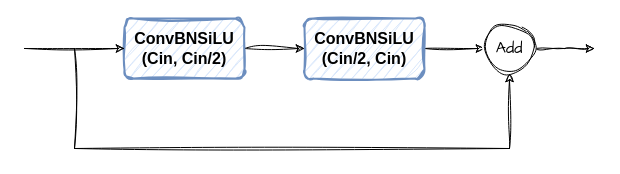
Above: page "BottleNeck" (3 of 6) of figs.drawio in 225ceV/tiny (draw.io), before the change. Source tidied: cells renumbered, new cells numbered last; positions are measured from the earlier drawing's top-left corner, leaving out a move shared by most shapes. Both pictures are drawn from the tidied source at 100%, with x=0, y=0 at pixel (24, 18).
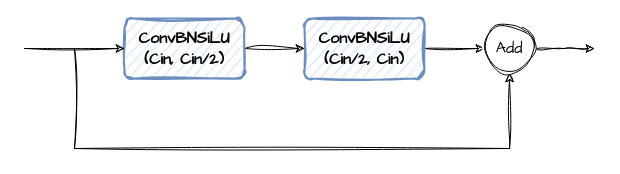
The same page after the edit.

What changed in the source:
```diff
@@
 <mxGraphModel>
   <root>
     <mxCell id="0" />
     <mxCell id="1" parent="0" />
     <mxCell id="2" style="edgeStyle=orthogonalEdgeStyle;rounded=0;jettySize=auto;html=1;sketch=1;curveFitting=1;jiggle=2;" parent="1" edge="1" source="3" target="5">
       <mxGeometry relative="1" as="geometry" />
     </mxCell>
-    <mxCell id="3" value="&lt;font style=&quot;font-size: 16px;&quot;&gt;&lt;b&gt;ConvBNSiLU&lt;br&gt;(Cin, Cin/2)&lt;br&gt;&lt;/b&gt;&lt;/font&gt;" style="rounded=1;whiteSpace=wrap;html=1;fillColor=#dae8fc;strokeColor=#6c8ebf;strokeWidth=2;sketch=1;curveFitting=1;jiggle=2;" parent="1" vertex="1">
+    <mxCell id="3" value="&lt;font style=&quot;font-size: 16px;&quot;&gt;&lt;b&gt;&lt;font face=&quot;Comic Sans MS&quot;&gt;ConvBNSiLU&lt;br&gt;(Cin, Cin/2)&lt;/font&gt;&lt;br&gt;&lt;/b&gt;&lt;/font&gt;" style="rounded=1;whiteSpace=wrap;html=1;fillColor=#dae8fc;strokeColor=#6c8ebf;strokeWidth=2;sketch=1;curveFitting=1;jiggle=2;" parent="1" vertex="1">
       <mxGeometry x="100" width="120" height="60" as="geometry" />
     </mxCell>
     <mxCell id="4" style="edgeStyle=orthogonalEdgeStyle;rounded=0;jettySize=auto;html=1;exitX=1;exitY=0.5;exitDx=0;exitDy=0;sketch=1;curveFitting=1;jiggle=2;" parent="1" edge="1" source="5" target="7">
       <mxGeometry relative="1" as="geometry" />
     </mxCell>
-    <mxCell id="5" value="&lt;font style=&quot;font-size: 16px;&quot;&gt;&lt;b&gt;ConvBNSiLU&lt;br&gt;(Cin/2, Cin)&lt;br&gt;&lt;/b&gt;&lt;/font&gt;" style="rounded=1;whiteSpace=wrap;html=1;fillColor=#dae8fc;strokeColor=#6c8ebf;strokeWidth=2;sketch=1;curveFitting=1;jiggle=2;" parent="1" vertex="1">
+    <mxCell id="5" value="&lt;font style=&quot;font-size: 16px;&quot;&gt;&lt;b&gt;&lt;font face=&quot;Comic Sans MS&quot;&gt;ConvBNSiLU&lt;br&gt;(Cin/2, Cin)&lt;/font&gt;&lt;br&gt;&lt;/b&gt;&lt;/font&gt;" style="rounded=1;whiteSpace=wrap;html=1;fillColor=#dae8fc;strokeColor=#6c8ebf;strokeWidth=2;sketch=1;curveFitting=1;jiggle=2;" parent="1" vertex="1">
       <mxGeometry x="280" width="120" height="60" as="geometry" />
     </mxCell>
     <mxCell id="6" style="edgeStyle=orthogonalEdgeStyle;rounded=0;jettySize=auto;html=1;exitX=1;exitY=0.5;exitDx=0;exitDy=0;sketch=1;curveFitting=1;jiggle=2;" parent="1" edge="1" source="7">
       <mxGeometry relative="1" as="geometry">
         <mxPoint x="570" y="30" as="targetPoint" />
       </mxGeometry>
     </mxCell>
     <mxCell id="7" value="&lt;font face=&quot;Comic Sans MS&quot; style=&quot;font-size: 16px;&quot;&gt;Add&lt;/font&gt;" style="ellipse;whiteSpace=wrap;html=1;sketch=1;curveFitting=1;jiggle=2;" parent="1" vertex="1">
       <mxGeometry x="460" y="5" width="50" height="50" as="geometry" />
     </mxCell>
     <mxCell id="8" style="endArrow=classic;html=1;rounded=0;entryX=0;entryY=0.5;entryDx=0;entryDy=0;sketch=1;curveFitting=1;jiggle=2;" parent="1" edge="1" target="3">
       <mxGeometry relative="1" as="geometry">
         <mxPoint y="30" as="sourcePoint" />
       </mxGeometry>
     </mxCell>
     <mxCell id="9" style="endArrow=classic;html=1;rounded=0;entryX=0.5;entryY=1;entryDx=0;entryDy=0;sketch=1;curveFitting=1;jiggle=2;" parent="1" edge="1" target="7">
       <mxGeometry relative="1" as="geometry">
         <mxPoint x="50" y="30" as="sourcePoint" />
         <Array as="points">
           <mxPoint x="50" y="130" />
           <mxPoint x="485" y="130" />
         </Array>
       </mxGeometry>
     </mxCell>
   </root>
 </mxGraphModel>
```
